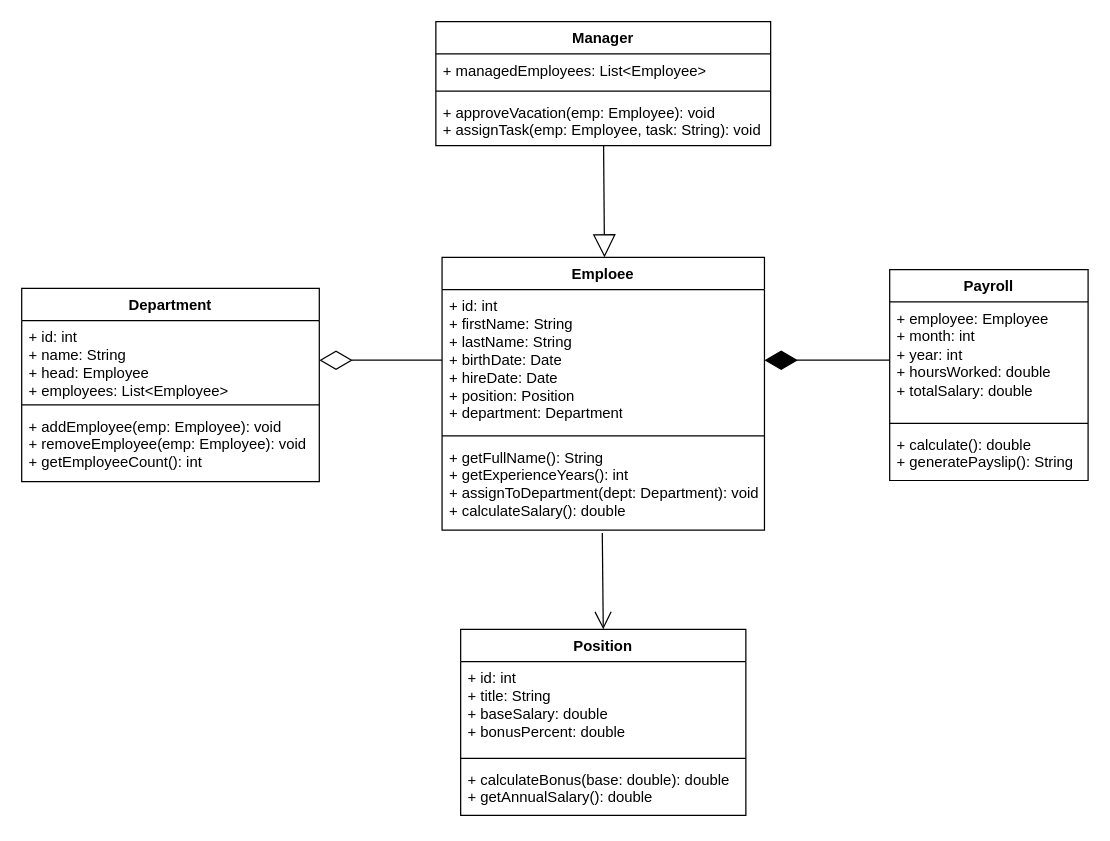
The draw.io diagram task-2/3/emploee-diagram/employee-diagram.drawio in sozozzya/java-cource, before the edit. Source tidied: cells renumbered, new cells numbered last; positions are measured from the earlier drawing's top-left corner, leaving out a move shared by most shapes. Both pictures are drawn from the tidied source at 124%, with x=0, y=0 at pixel (21, 21).
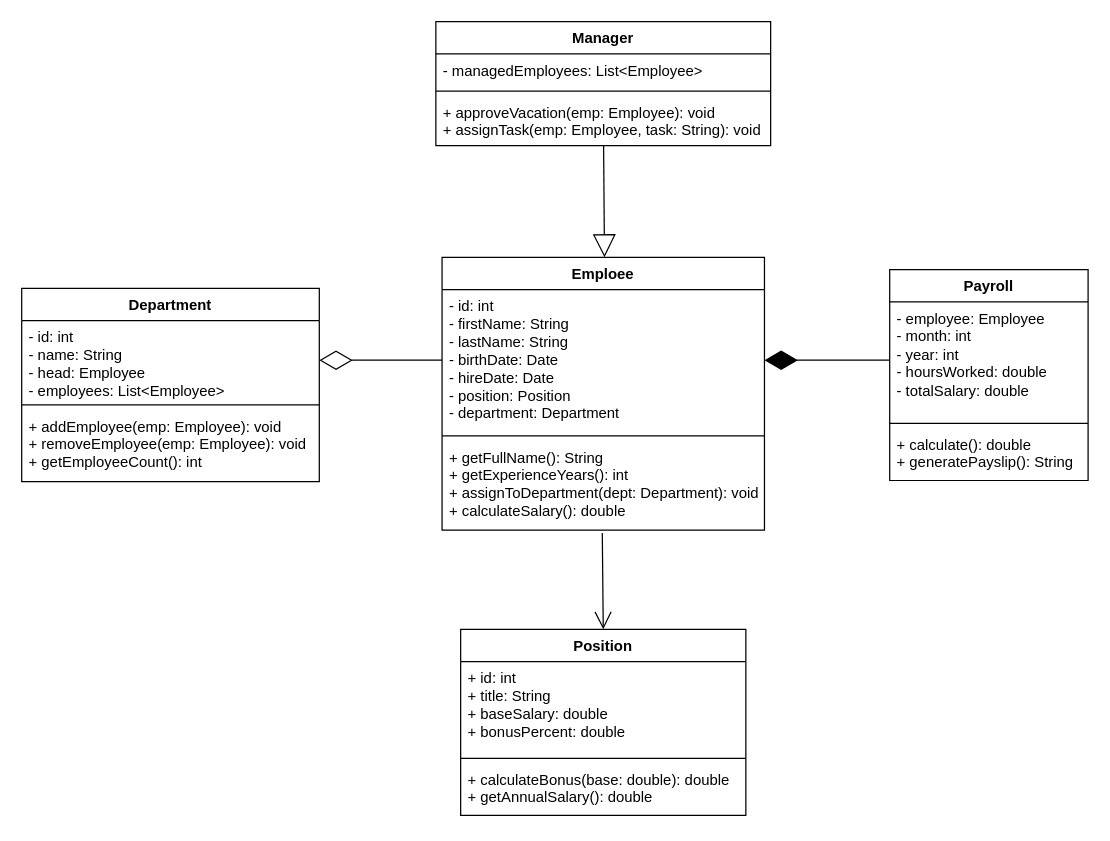
The same diagram, later.

Commit message (it also covers changes not shown here):
feat(4): implement detailed UML class diagrams for Tetris game

Unchanged cells that the change refers to:
```xml
<mxCell id="2" value="Emploee" style="swimlane;fontStyle=1;align=center;verticalAlign=top;horizontal=1;startSize=26;whiteSpace=wrap;html=1;" parent="1" vertex="1">
  <mxGeometry x="339" y="190" width="260" height="220" as="geometry" />
</mxCell>
<mxCell id="6" value="Department" style="swimlane;fontStyle=1;align=center;verticalAlign=top;horizontal=1;startSize=26;whiteSpace=wrap;html=1;" parent="1" vertex="1">
  <mxGeometry y="215" width="240" height="156" as="geometry" />
</mxCell>
<mxCell id="14" value="Payroll" style="swimlane;fontStyle=1;align=center;verticalAlign=top;horizontal=1;startSize=26;whiteSpace=wrap;html=1;" parent="1" vertex="1">
  <mxGeometry x="700" y="200" width="160" height="170" as="geometry" />
</mxCell>
<mxCell id="21" value="Manager" style="swimlane;fontStyle=1;align=center;verticalAlign=top;horizontal=1;startSize=26;whiteSpace=wrap;html=1;" parent="1" vertex="1">
  <mxGeometry x="334" width="270" height="100" as="geometry" />
</mxCell>
```

Diff of the diagram source:
```diff
@@
-    <mxCell id="3" value="+ id: int&lt;div&gt;&lt;div&gt;+ firstName: String&lt;/div&gt;&lt;div&gt;+ lastName: String&lt;/div&gt;&lt;div&gt;+ birthDate: Date&lt;/div&gt;&lt;div&gt;+ hireDate: Date&lt;/div&gt;&lt;div&gt;+ position: Position&lt;/div&gt;&lt;div&gt;+ department: Department&lt;/div&gt;&lt;/div&gt;" style="text;strokeColor=none;fillColor=none;align=left;verticalAlign=top;spacingLeft=4;spacingRight=4;overflow=hidden;points=[[0,0.5],[1,0.5]];portConstraint=eastwest;whiteSpace=wrap;html=1;" parent="2" vertex="1">
+    <mxCell id="3" value="- id: int&lt;div&gt;&lt;div&gt;- firstName: String&lt;/div&gt;&lt;div&gt;- lastName: String&lt;/div&gt;&lt;div&gt;- birthDate: Date&lt;/div&gt;&lt;div&gt;- hireDate: Date&lt;/div&gt;&lt;div&gt;- position: Position&lt;/div&gt;&lt;div&gt;- department: Department&lt;/div&gt;&lt;/div&gt;" style="text;strokeColor=none;fillColor=none;align=left;verticalAlign=top;spacingLeft=4;spacingRight=4;overflow=hidden;points=[[0,0.5],[1,0.5]];portConstraint=eastwest;whiteSpace=wrap;html=1;" parent="2" vertex="1">
       <mxGeometry y="26" width="260" height="114" as="geometry" />
     </mxCell>
@@
-    <mxCell id="7" value="&lt;div&gt;&lt;div&gt;+ id: int&lt;/div&gt;&lt;div&gt;+ name: String&lt;/div&gt;&lt;div&gt;+ head: Employee&lt;/div&gt;&lt;div&gt;+ employees: List&amp;lt;Employee&amp;gt;&lt;/div&gt;&lt;/div&gt;" style="text;strokeColor=none;fillColor=none;align=left;verticalAlign=top;spacingLeft=4;spacingRight=4;overflow=hidden;points=[[0,0.5],[1,0.5]];portConstraint=eastwest;whiteSpace=wrap;html=1;" parent="6" vertex="1">
+    <mxCell id="7" value="&lt;div&gt;&lt;div&gt;- id: int&lt;/div&gt;&lt;div&gt;- name: String&lt;/div&gt;&lt;div&gt;- head: Employee&lt;/div&gt;&lt;div&gt;- employees: List&amp;lt;Employee&amp;gt;&lt;/div&gt;&lt;/div&gt;" style="text;strokeColor=none;fillColor=none;align=left;verticalAlign=top;spacingLeft=4;spacingRight=4;overflow=hidden;points=[[0,0.5],[1,0.5]];portConstraint=eastwest;whiteSpace=wrap;html=1;" parent="6" vertex="1">
       <mxGeometry y="26" width="240" height="64" as="geometry" />
     </mxCell>
@@
-    <mxCell id="15" value="&lt;div&gt;+ employee: Employee&lt;/div&gt;&lt;div&gt;+ month: int&lt;/div&gt;&lt;div&gt;+ year: int&lt;/div&gt;&lt;div&gt;+ hoursWorked: double&lt;/div&gt;&lt;div&gt;&lt;span style=&quot;background-color: transparent; color: light-dark(rgb(0, 0, 0), rgb(255, 255, 255));&quot;&gt;+ totalSalary: double&lt;/span&gt;&lt;/div&gt;" style="text;strokeColor=none;fillColor=none;align=left;verticalAlign=top;spacingLeft=4;spacingRight=4;overflow=hidden;points=[[0,0.5],[1,0.5]];portConstraint=eastwest;whiteSpace=wrap;html=1;" parent="14" vertex="1">
+    <mxCell id="15" value="&lt;div&gt;- employee: Employee&lt;/div&gt;&lt;div&gt;- month: int&lt;/div&gt;&lt;div&gt;- year: int&lt;/div&gt;&lt;div&gt;- hoursWorked: double&lt;/div&gt;&lt;div&gt;&lt;span style=&quot;background-color: transparent; color: light-dark(rgb(0, 0, 0), rgb(255, 255, 255));&quot;&gt;- totalSalary: double&lt;/span&gt;&lt;/div&gt;" style="text;strokeColor=none;fillColor=none;align=left;verticalAlign=top;spacingLeft=4;spacingRight=4;overflow=hidden;points=[[0,0.5],[1,0.5]];portConstraint=eastwest;whiteSpace=wrap;html=1;" parent="14" vertex="1">
       <mxGeometry y="26" width="160" height="94" as="geometry" />
     </mxCell>
@@
-    <mxCell id="22" value="+&amp;nbsp;managedEmployees: List&amp;lt;Employee&amp;gt;" style="text;strokeColor=none;fillColor=none;align=left;verticalAlign=top;spacingLeft=4;spacingRight=4;overflow=hidden;whiteSpace=wrap;html=1;" parent="21" vertex="1">
+    <mxCell id="22" value="- managedEmployees: List&amp;lt;Employee&amp;gt;" style="text;strokeColor=none;fillColor=none;align=left;verticalAlign=top;spacingLeft=4;spacingRight=4;overflow=hidden;whiteSpace=wrap;html=1;" parent="21" vertex="1">
       <mxGeometry y="26" width="270" height="26" as="geometry" />
     </mxCell>
```
